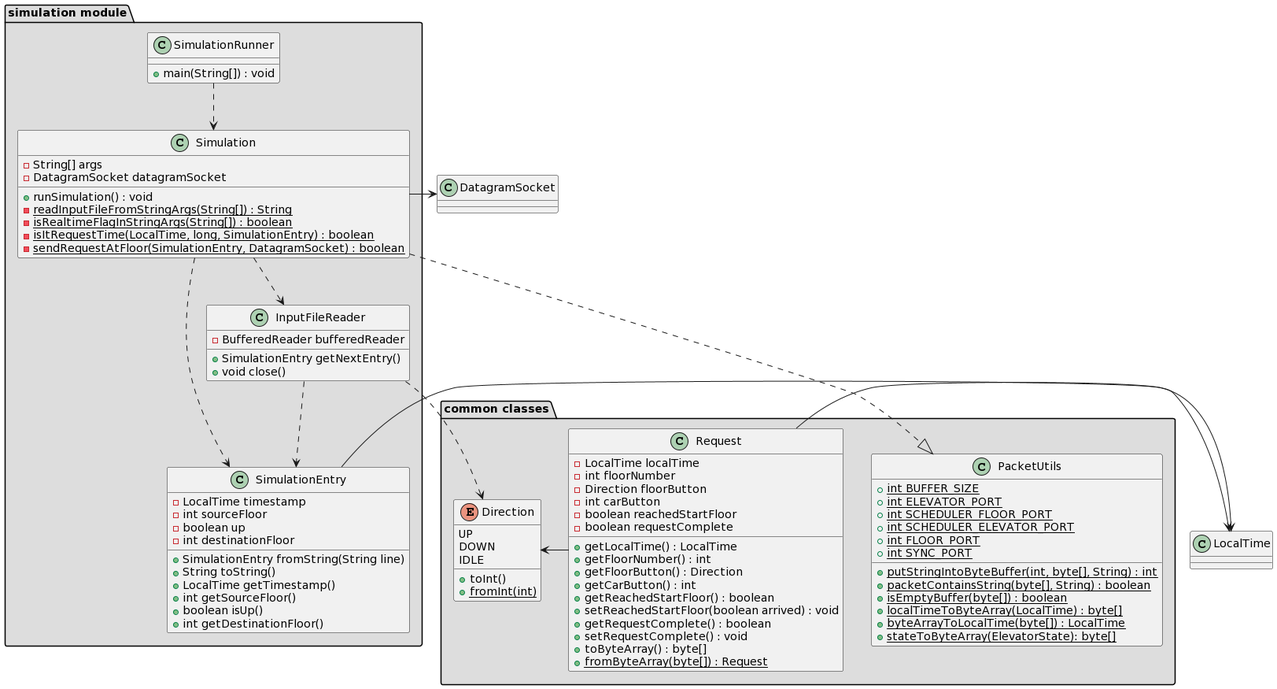
Earlier version of the PlantUML export iteration2+/diagrams/simulation_module_class_diagram.png (w4est/elevator-simulator). Its diagram source:
```plantuml
@startuml
package "common classes" #DDDDDD {
  class Request {
    - LocalTime localTime
    - int floorNumber
    - Direction floorButton
    - int carButton
    - boolean reachedStartFloor
    - boolean requestComplete

    + getLocalTime() : LocalTime
    + getFloorNumber() : int
    + getFloorButton() : Direction
    + getCarButton() : int
    + getReachedStartFloor() : boolean
    + setReachedStartFloor(boolean arrived) : void
    + getRequestComplete() : boolean
    + setRequestComplete() : void
    + toByteArray() : byte[]
    + {static} fromByteArray(byte[]) : Request
}

enum Direction {
   UP
   DOWN
   IDLE

   + toInt()
   + {static} fromInt(int)
}

class PacketUtils {
    + {static} int BUFFER_SIZE
    + {static} int ELEVATOR_PORT
    + {static} int SCHEDULER_FLOOR_PORT
    + {static} int SCHEDULER_ELEVATOR_PORT
    + {static} int FLOOR_PORT
    + {static} int SYNC_PORT

    + {static} putStringIntoByteBuffer(int, byte[], String) : int
    + {static} packetContainsString(byte[], String) : boolean
    + {static} isEmptyBuffer(byte[]) : boolean
    + {static} localTimeToByteArray(LocalTime) : byte[]
    + {static} byteArrayToLocalTime(byte[]) : LocalTime
    + {static} stateToByteArray(ElevatorState): byte[]
}

   Request -> Direction
}


package "simulation module" #DDDDDD {
class Simulation {

   - String[] args
   - DatagramSocket datagramSocket

   + runSimulation() : void
   - {static} readInputFileFromStringArgs(String[]) : String
   - {static} isRealtimeFlagInStringArgs(String[]) : boolean
   - {static} isItRequestTime(LocalTime, long, SimulationEntry) : boolean
   - {static} sendRequestAtFloor(SimulationEntry, DatagramSocket) : boolean
}

class InputFileReader {
    - BufferedReader bufferedReader

    + SimulationEntry getNextEntry()
    + void close()
}

class SimulationEntry {
    - LocalTime timestamp
    - int sourceFloor
    - boolean up
    - int destinationFloor

    + SimulationEntry fromString(String line)
    + String toString()
    + LocalTime getTimestamp()
    + int getSourceFloor()
    + boolean isUp()
    + int getDestinationFloor()
}

class SimulationRunner {
   + main(String[]) : void
}

    SimulationRunner ..> Simulation
    InputFileReader ..> SimulationEntry
    InputFileReader ..> Direction
    Simulation ..> InputFileReader
    Simulation ..> SimulationEntry
}

class DatagramSocket {

}

Simulation -> DatagramSocket
Simulation ..|> PacketUtils
SimulationEntry -> LocalTime
Request -> LocalTime
@enduml
```
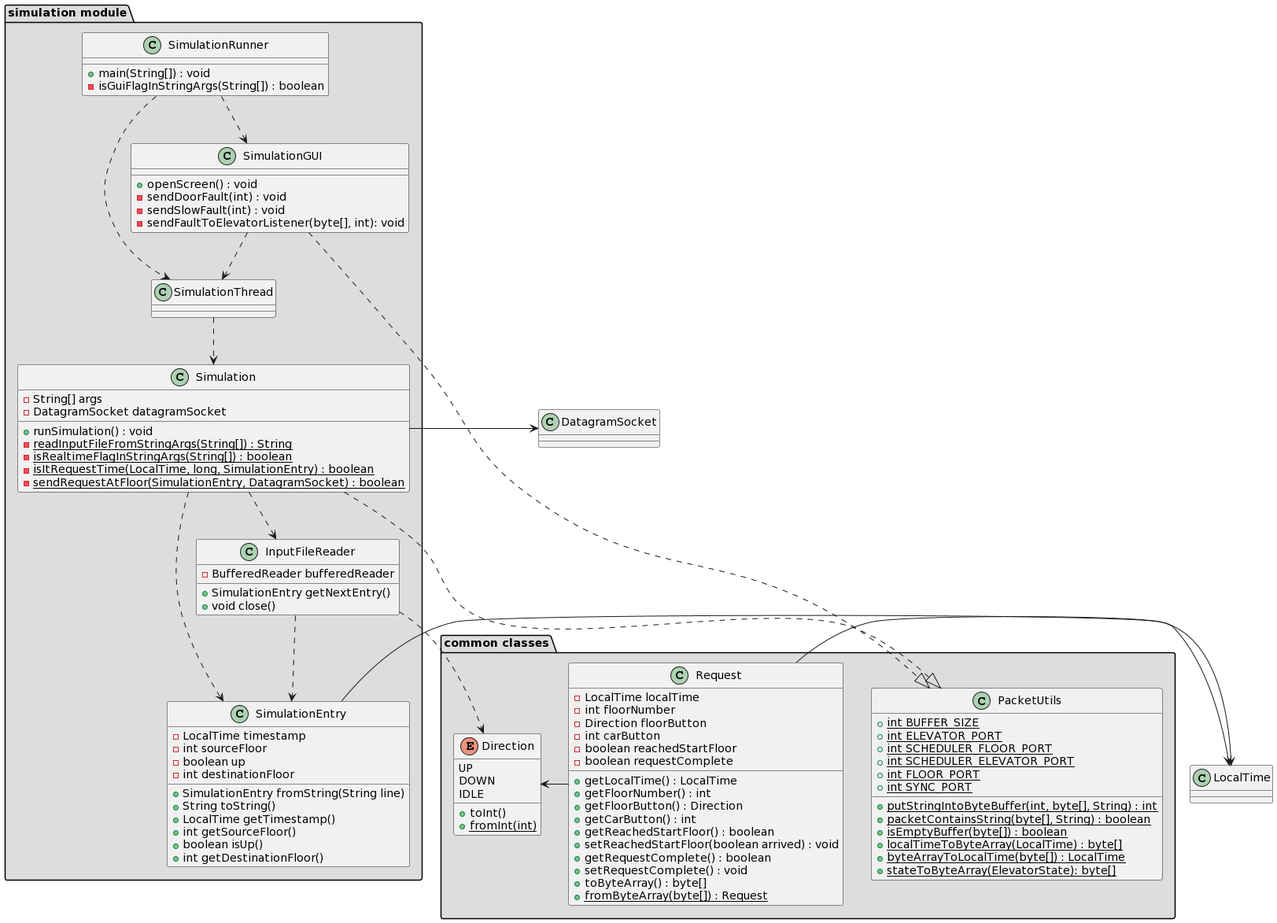
Above is the later version.

Commit message:
Diagram for simulation for iteration4

Change to the diagram source:
```diff
@@ -85,14 +85,31 @@
 
 class SimulationRunner {
    + main(String[]) : void
+   - isGuiFlagInStringArgs(String[]) : boolean
 }
 
-    SimulationRunner ..> Simulation
+class SimulationGUI {
+   + openScreen() : void
+   - sendDoorFault(int) : void
+   - sendSlowFault(int) : void
+   - sendFaultToElevatorListener(byte[], int): void
+}
+
+class SimulationThread {
+
+}
+
+
+    SimulationRunner ..> SimulationThread
+    SimulationRunner ..> SimulationGUI
+    SimulationGUI ..> SimulationThread
+    SimulationThread ..> Simulation
     InputFileReader ..> SimulationEntry
     InputFileReader ..> Direction
     Simulation ..> InputFileReader
     Simulation ..> SimulationEntry
 }
+
 
 class DatagramSocket {
 
@@ -100,6 +117,7 @@
 
 Simulation -> DatagramSocket
 Simulation ..|> PacketUtils
+SimulationGUI ..|> PacketUtils
 SimulationEntry -> LocalTime
 Request -> LocalTime
 @enduml
```
